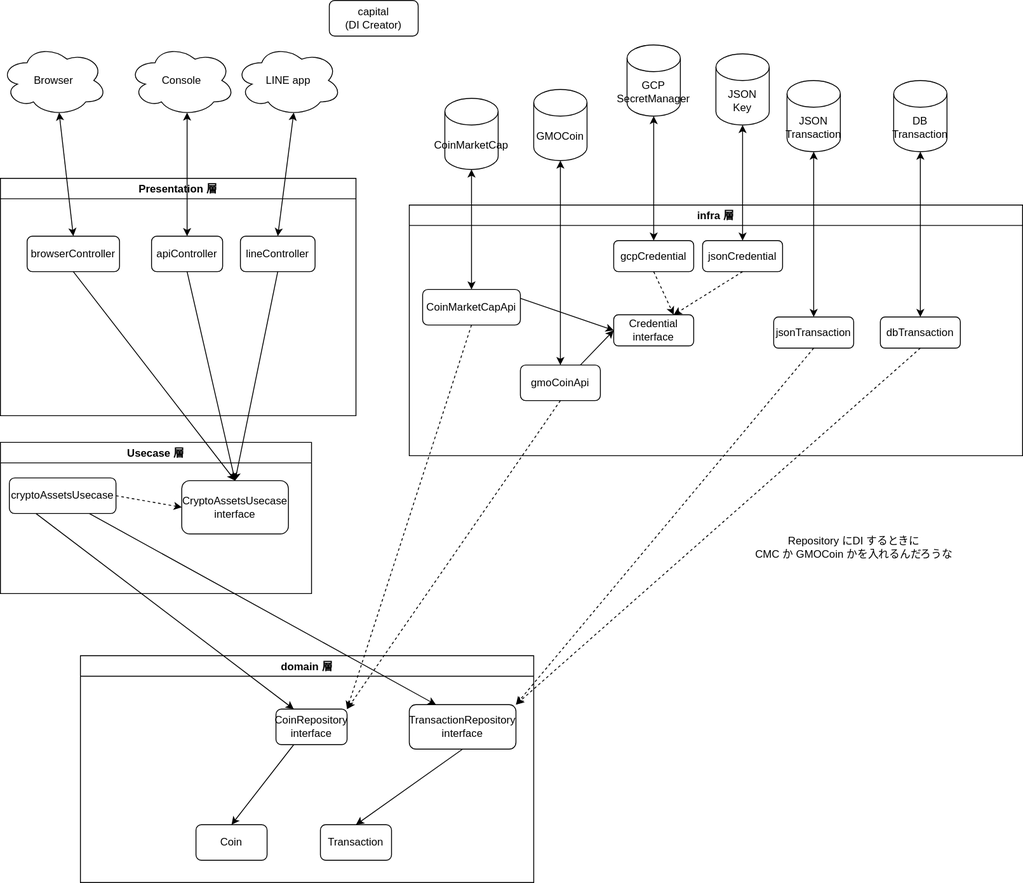
Before: docs/capital/crypto-assets.svg, a diagram exported from draw.io (ozaki-physics/raison-me). Source tidied: cells renumbered, new cells last; positions are measured from the earlier drawing's top-left corner, leaving out a move shared by most shapes.
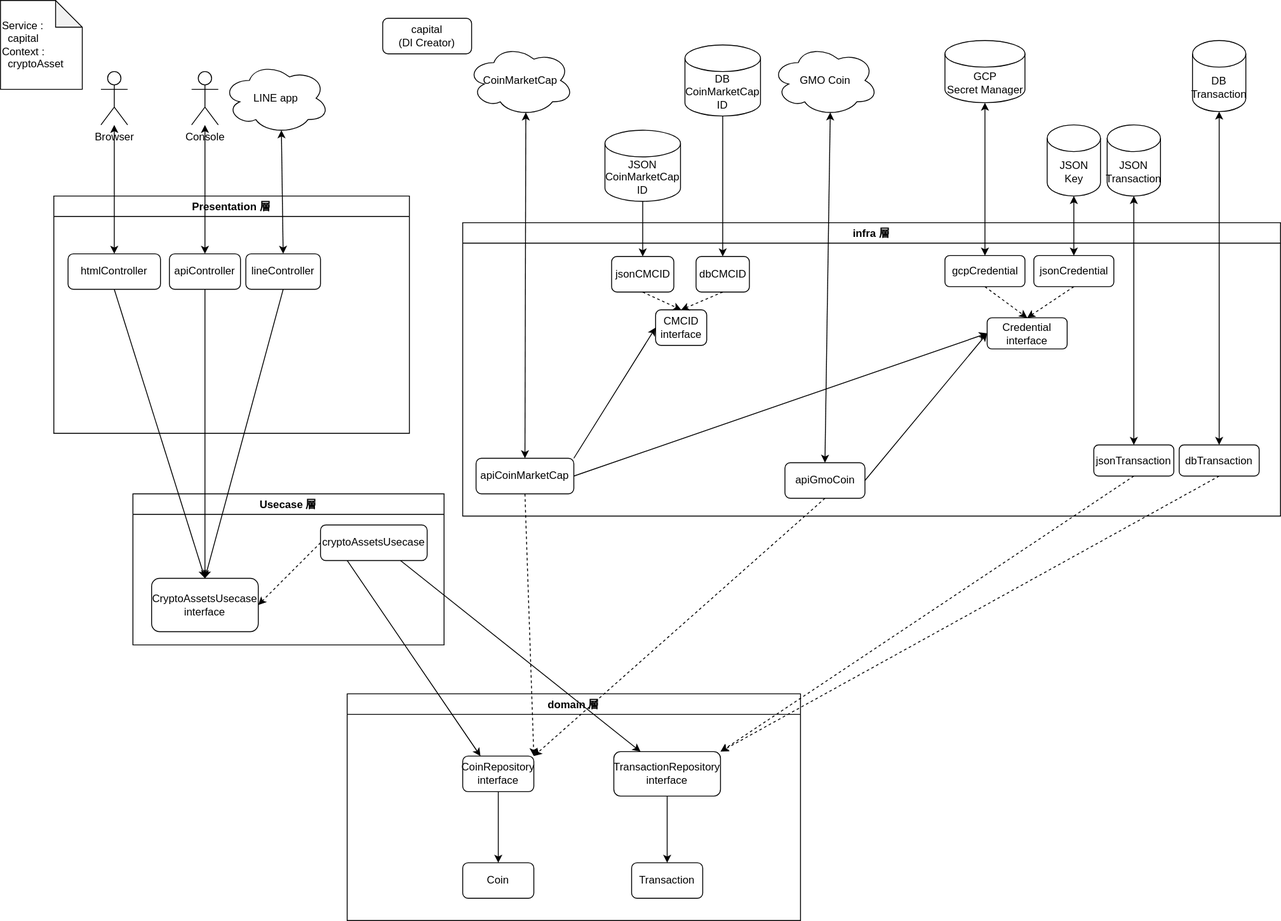
After the change.

Diff of the diagram source:
```diff
@@ -5,3 +5,3 @@
     <mxCell id="2" value="domain 層" style="swimlane;fillColor=none;" parent="1" vertex="1">
-      <mxGeometry x="90" y="737" width="510" height="255" as="geometry" />
+      <mxGeometry x="330" y="760" width="510" height="255" as="geometry" />
     </mxCell>
@@ -11,8 +11,8 @@
     <mxCell id="4" value="&lt;span&gt;Transaction&lt;/span&gt;" style="rounded=1;whiteSpace=wrap;html=1;fillColor=none;" parent="2" vertex="1">
-      <mxGeometry x="270" y="190" width="80" height="40" as="geometry" />
+      <mxGeometry x="320" y="190" width="80" height="40" as="geometry" />
     </mxCell>
     <mxCell id="5" value="&lt;span&gt;CoinRepository&lt;/span&gt;&lt;br&gt;interface" style="rounded=1;whiteSpace=wrap;html=1;fillColor=none;" parent="2" vertex="1">
-      <mxGeometry x="220" y="60" width="80" height="40" as="geometry" />
+      <mxGeometry x="130" y="70" width="80" height="40" as="geometry" />
     </mxCell>
-    <mxCell id="6" style="edgeStyle=none;html=1;entryX=0.5;entryY=0;entryDx=0;entryDy=0;exitX=0.25;exitY=1;exitDx=0;exitDy=0;" parent="2" edge="1" source="5" target="3">
+    <mxCell id="6" style="edgeStyle=none;html=1;entryX=0.5;entryY=0;entryDx=0;entryDy=0;exitX=0.5;exitY=1;exitDx=0;exitDy=0;" parent="2" edge="1" source="5" target="3">
       <mxGeometry relative="1" as="geometry" />
@@ -23,17 +23,17 @@
     <mxCell id="8" value="&lt;span&gt;TransactionRepository&lt;/span&gt;&lt;br&gt;interface" style="rounded=1;whiteSpace=wrap;html=1;fillColor=none;" parent="2" vertex="1">
-      <mxGeometry x="370" y="55" width="120" height="50" as="geometry" />
+      <mxGeometry x="300" y="65" width="120" height="50" as="geometry" />
     </mxCell>
     <mxCell id="9" value="infra 層" style="swimlane;fillColor=none;" parent="1" vertex="1">
-      <mxGeometry x="460" y="230" width="690" height="282" as="geometry" />
+      <mxGeometry x="460" y="230" width="920" height="330" as="geometry" />
     </mxCell>
     <mxCell id="10" value="&lt;span&gt;jsonTransaction&lt;br&gt;&lt;/span&gt;" style="rounded=1;whiteSpace=wrap;html=1;fillColor=none;" parent="9" vertex="1">
-      <mxGeometry x="410" y="126" width="90" height="35" as="geometry" />
+      <mxGeometry x="710" y="250" width="90" height="35" as="geometry" />
     </mxCell>
     <mxCell id="11" value="&lt;span&gt;dbTransaction&lt;br&gt;&lt;/span&gt;" style="rounded=1;whiteSpace=wrap;html=1;fillColor=none;" parent="9" vertex="1">
-      <mxGeometry x="530" y="126" width="90" height="35" as="geometry" />
+      <mxGeometry x="806" y="250" width="90" height="35" as="geometry" />
     </mxCell>
     <mxCell id="12" value="&lt;span&gt;Credential&lt;br&gt;&lt;/span&gt;interface&lt;span&gt;&lt;br&gt;&lt;/span&gt;" style="rounded=1;whiteSpace=wrap;html=1;fillColor=none;" parent="9" vertex="1">
-      <mxGeometry x="230" y="123.5" width="90" height="35" as="geometry" />
+      <mxGeometry x="590" y="107" width="90" height="35" as="geometry" />
     </mxCell>
-    <mxCell id="13" style="edgeStyle=none;html=1;exitX=0.5;exitY=1;exitDx=0;exitDy=0;entryX=0.75;entryY=0;entryDx=0;entryDy=0;dashed=1;" parent="9" edge="1" source="14" target="12">
+    <mxCell id="13" style="edgeStyle=none;html=1;exitX=0.5;exitY=1;exitDx=0;exitDy=0;entryX=0.5;entryY=0;entryDx=0;entryDy=0;dashed=1;" parent="9" edge="1" source="14" target="12">
       <mxGeometry relative="1" as="geometry" />
@@ -41,5 +41,5 @@
     <mxCell id="14" value="&lt;span&gt;jsonCredential&lt;br&gt;&lt;/span&gt;" style="rounded=1;whiteSpace=wrap;html=1;fillColor=none;" parent="9" vertex="1">
-      <mxGeometry x="330" y="40" width="90" height="35" as="geometry" />
+      <mxGeometry x="642.5" y="37" width="90" height="35" as="geometry" />
     </mxCell>
-    <mxCell id="15" style="edgeStyle=none;html=1;exitX=0.5;exitY=1;exitDx=0;exitDy=0;entryX=0.75;entryY=0;entryDx=0;entryDy=0;dashed=1;" parent="9" edge="1" source="16" target="12">
+    <mxCell id="15" style="edgeStyle=none;html=1;exitX=0.5;exitY=1;exitDx=0;exitDy=0;entryX=0.5;entryY=0;entryDx=0;entryDy=0;dashed=1;" parent="9" edge="1" source="16" target="12">
       <mxGeometry relative="1" as="geometry" />
@@ -47,16 +47,34 @@
     <mxCell id="16" value="&lt;span&gt;gcpCredential&lt;br&gt;&lt;/span&gt;" style="rounded=1;whiteSpace=wrap;html=1;fillColor=none;" parent="9" vertex="1">
-      <mxGeometry x="230" y="40" width="90" height="35" as="geometry" />
+      <mxGeometry x="542.5" y="37" width="90" height="35" as="geometry" />
     </mxCell>
-    <mxCell id="17" style="edgeStyle=none;html=1;exitX=1;exitY=0.25;exitDx=0;exitDy=0;entryX=0;entryY=0.5;entryDx=0;entryDy=0;" parent="9" edge="1" source="18" target="12">
+    <mxCell id="17" style="edgeStyle=none;html=1;exitX=1;exitY=0.5;exitDx=0;exitDy=0;entryX=0;entryY=0.5;entryDx=0;entryDy=0;" parent="9" edge="1" source="18" target="12">
       <mxGeometry relative="1" as="geometry" />
     </mxCell>
+    <mxCell id="58" style="edgeStyle=none;html=1;exitX=1;exitY=0;exitDx=0;exitDy=0;entryX=0;entryY=0.5;entryDx=0;entryDy=0;startArrow=none;startFill=0;" parent="9" edge="1" source="18" target="59">
+      <mxGeometry relative="1" as="geometry" />
+    </mxCell>
-    <mxCell id="18" value="&lt;span&gt;CoinMarketCapApi&lt;/span&gt;" style="rounded=1;whiteSpace=wrap;html=1;fillColor=none;" parent="9" vertex="1">
-      <mxGeometry x="15" y="95" width="110" height="40" as="geometry" />
+    <mxCell id="18" value="api&lt;span&gt;CoinMarketCap&lt;/span&gt;" style="rounded=1;whiteSpace=wrap;html=1;fillColor=none;" parent="9" vertex="1">
+      <mxGeometry x="15" y="265" width="110" height="40" as="geometry" />
     </mxCell>
-    <mxCell id="19" style="edgeStyle=none;html=1;exitX=0.75;exitY=0;exitDx=0;exitDy=0;entryX=0;entryY=0.5;entryDx=0;entryDy=0;" parent="9" edge="1" source="20" target="12">
+    <mxCell id="19" style="edgeStyle=none;html=1;exitX=1;exitY=0.5;exitDx=0;exitDy=0;entryX=0;entryY=0.5;entryDx=0;entryDy=0;" parent="9" edge="1" source="20" target="12">
       <mxGeometry relative="1" as="geometry" />
     </mxCell>
-    <mxCell id="20" value="gmoCoinApi" style="rounded=1;whiteSpace=wrap;html=1;fillColor=none;" parent="9" vertex="1">
-      <mxGeometry x="125" y="180" width="90" height="40" as="geometry" />
+    <mxCell id="20" value="apiGmoCoin" style="rounded=1;whiteSpace=wrap;html=1;fillColor=none;" parent="9" vertex="1">
+      <mxGeometry x="362.5" y="270" width="90" height="40" as="geometry" />
     </mxCell>
+    <mxCell id="59" value="&lt;span&gt;CMCID&lt;br&gt;interface&lt;br&gt;&lt;/span&gt;" style="rounded=1;whiteSpace=wrap;html=1;fillColor=none;" parent="9" vertex="1">
+      <mxGeometry x="217" y="98" width="57.5" height="40" as="geometry" />
+    </mxCell>
+    <mxCell id="60" value="&lt;span&gt;dbCMCID&lt;/span&gt;" style="rounded=1;whiteSpace=wrap;html=1;fillColor=none;" parent="9" vertex="1">
+      <mxGeometry x="262.5" y="38" width="60" height="40" as="geometry" />
+    </mxCell>
+    <mxCell id="61" style="edgeStyle=none;html=1;exitX=0.5;exitY=1;exitDx=0;exitDy=0;entryX=0.5;entryY=0;entryDx=0;entryDy=0;startArrow=none;startFill=0;dashed=1;" parent="9" edge="1" source="62" target="59">
+      <mxGeometry relative="1" as="geometry" />
+    </mxCell>
+    <mxCell id="62" value="&lt;span&gt;jsonCMCID&lt;/span&gt;" style="rounded=1;whiteSpace=wrap;html=1;fillColor=none;" parent="9" vertex="1">
+      <mxGeometry x="167.5" y="38" width="70" height="40" as="geometry" />
+    </mxCell>
+    <mxCell id="63" style="edgeStyle=none;html=1;exitX=0.5;exitY=1;exitDx=0;exitDy=0;dashed=1;startArrow=none;startFill=0;entryX=0.5;entryY=0;entryDx=0;entryDy=0;" parent="9" edge="1" source="60" target="59">
+      <mxGeometry relative="1" as="geometry" />
+    </mxCell>
     <mxCell id="21" value="Presentation 層" style="swimlane;fillColor=none;" parent="1" vertex="1">
@@ -65,9 +83,9 @@
     <mxCell id="22" value="&lt;span&gt;apiController&lt;/span&gt;" style="rounded=1;whiteSpace=wrap;html=1;fillColor=none;" parent="21" vertex="1">
-      <mxGeometry x="170" y="65" width="80" height="40" as="geometry" />
+      <mxGeometry x="130" y="65" width="80" height="40" as="geometry" />
     </mxCell>
     <mxCell id="23" value="&lt;span&gt;lineController&lt;/span&gt;" style="rounded=1;whiteSpace=wrap;html=1;fillColor=none;" parent="21" vertex="1">
-      <mxGeometry x="270" y="65" width="84" height="40" as="geometry" />
+      <mxGeometry x="216" y="65" width="84" height="40" as="geometry" />
     </mxCell>
-    <mxCell id="24" value="&lt;span&gt;browserController&lt;/span&gt;" style="rounded=1;whiteSpace=wrap;html=1;fillColor=none;" parent="21" vertex="1">
-      <mxGeometry x="30" y="65" width="104" height="40" as="geometry" />
+    <mxCell id="24" value="&lt;span&gt;htmlController&lt;/span&gt;" style="rounded=1;whiteSpace=wrap;html=1;fillColor=none;" parent="21" vertex="1">
+      <mxGeometry x="16" y="65" width="104" height="40" as="geometry" />
     </mxCell>
@@ -83,28 +101,22 @@
     <mxCell id="28" value="JSON&lt;br&gt;Key" style="shape=cylinder3;whiteSpace=wrap;html=1;boundedLbl=1;backgroundOutline=1;size=15;fillColor=none;" parent="1" vertex="1">
-      <mxGeometry x="805" y="60" width="60" height="80" as="geometry" />
+      <mxGeometry x="1117.5" y="120" width="60" height="80" as="geometry" />
     </mxCell>
-    <mxCell id="29" style="edgeStyle=none;html=1;exitX=0.5;exitY=1;exitDx=0;exitDy=0;exitPerimeter=0;entryX=0.5;entryY=0;entryDx=0;entryDy=0;startArrow=classic;startFill=1;" parent="1" edge="1" source="30" target="16">
+    <mxCell id="29" style="edgeStyle=none;html=1;exitX=0.5;exitY=1;exitDx=0;exitDy=0;exitPerimeter=0;entryX=0.5;entryY=0;entryDx=0;entryDy=0;startArrow=classic;startFill=1;" parent="1" edge="1" source="65" target="16">
       <mxGeometry relative="1" as="geometry" />
     </mxCell>
-    <mxCell id="30" value="GCP&lt;br&gt;SecretManager" style="shape=cylinder3;whiteSpace=wrap;html=1;boundedLbl=1;backgroundOutline=1;size=15;fillColor=none;" parent="1" vertex="1">
-      <mxGeometry x="705" y="50" width="60" height="80" as="geometry" />
-    </mxCell>
-    <mxCell id="31" style="edgeStyle=none;html=1;exitX=0.5;exitY=1;exitDx=0;exitDy=0;exitPerimeter=0;entryX=0.5;entryY=0;entryDx=0;entryDy=0;startArrow=classic;startFill=1;" parent="1" edge="1" source="32" target="18">
+    <mxCell id="31" style="edgeStyle=none;html=1;exitX=0.55;exitY=0.95;exitDx=0;exitDy=0;exitPerimeter=0;entryX=0.5;entryY=0;entryDx=0;entryDy=0;startArrow=classic;startFill=1;" parent="1" edge="1" source="32" target="18">
       <mxGeometry relative="1" as="geometry" />
     </mxCell>
-    <mxCell id="32" value="CoinMarketCap" style="shape=cylinder3;whiteSpace=wrap;html=1;boundedLbl=1;backgroundOutline=1;size=15;fillColor=none;" parent="1" vertex="1">
-      <mxGeometry x="500" y="110" width="60" height="80" as="geometry" />
-    </mxCell>
     <mxCell id="33" value="Usecase 層" style="swimlane;fillColor=none;" parent="1" vertex="1">
-      <mxGeometry y="497" width="350" height="170" as="geometry" />
+      <mxGeometry x="89" y="535" width="350" height="170" as="geometry" />
     </mxCell>
+    <mxCell id="36" value="&lt;span&gt;CryptoAssetsUsecase&lt;/span&gt;&lt;br&gt;&lt;span&gt;interface&lt;br&gt;&lt;/span&gt;" style="rounded=1;whiteSpace=wrap;html=1;fillColor=none;" parent="33" vertex="1">
+      <mxGeometry x="21" y="95" width="120" height="60" as="geometry" />
+    </mxCell>
+    <mxCell id="35" value="&lt;span&gt;cryptoAssetsUsecase&lt;/span&gt;" style="rounded=1;whiteSpace=wrap;html=1;fillColor=none;" parent="33" vertex="1">
+      <mxGeometry x="211" y="35" width="120" height="40" as="geometry" />
+    </mxCell>
-    <mxCell id="34" style="edgeStyle=none;html=1;exitX=1;exitY=0.5;exitDx=0;exitDy=0;entryX=0;entryY=0.5;entryDx=0;entryDy=0;endArrow=classic;endFill=1;dashed=1;" parent="33" edge="1" source="35" target="36">
+    <mxCell id="34" style="edgeStyle=none;html=1;exitX=0;exitY=0.5;exitDx=0;exitDy=0;entryX=1;entryY=0.5;entryDx=0;entryDy=0;endArrow=classic;endFill=1;dashed=1;" parent="33" edge="1" source="35" target="36">
       <mxGeometry relative="1" as="geometry" />
     </mxCell>
-    <mxCell id="35" value="&lt;span&gt;cryptoAssetsUsecase&lt;/span&gt;" style="rounded=1;whiteSpace=wrap;html=1;fillColor=none;" parent="33" vertex="1">
-      <mxGeometry x="10" y="40" width="120" height="40" as="geometry" />
-    </mxCell>
-    <mxCell id="36" value="&lt;span&gt;CryptoAssetsUsecase&lt;/span&gt;&lt;br&gt;&lt;span&gt;interface&lt;br&gt;&lt;/span&gt;" style="rounded=1;whiteSpace=wrap;html=1;fillColor=none;" parent="33" vertex="1">
-      <mxGeometry x="204" y="43" width="120" height="60" as="geometry" />
-    </mxCell>
     <mxCell id="37" style="edgeStyle=none;html=1;exitX=0.75;exitY=1;exitDx=0;exitDy=0;entryX=0.25;entryY=0;entryDx=0;entryDy=0;" parent="1" edge="1" source="35" target="8">
@@ -119,3 +131,3 @@
     <mxCell id="40" value="JSON&lt;br&gt;Transaction" style="shape=cylinder3;whiteSpace=wrap;html=1;boundedLbl=1;backgroundOutline=1;size=15;fillColor=none;" parent="1" vertex="1">
-      <mxGeometry x="885" y="90" width="60" height="80" as="geometry" />
+      <mxGeometry x="1185" y="120" width="60" height="80" as="geometry" />
     </mxCell>
@@ -128,13 +140,7 @@
     <mxCell id="43" value="DB&lt;br&gt;Transaction" style="shape=cylinder3;whiteSpace=wrap;html=1;boundedLbl=1;backgroundOutline=1;size=15;fillColor=none;" parent="1" vertex="1">
-      <mxGeometry x="1005" y="90" width="60" height="80" as="geometry" />
+      <mxGeometry x="1281" y="25" width="60" height="80" as="geometry" />
     </mxCell>
-    <mxCell id="44" style="edgeStyle=none;html=1;exitX=0.5;exitY=1;exitDx=0;exitDy=0;exitPerimeter=0;entryX=0.5;entryY=0;entryDx=0;entryDy=0;startArrow=classic;startFill=1;" parent="1" edge="1" source="45" target="20">
+    <mxCell id="44" style="edgeStyle=none;html=1;exitX=0.55;exitY=0.95;exitDx=0;exitDy=0;exitPerimeter=0;entryX=0.5;entryY=0;entryDx=0;entryDy=0;startArrow=classic;startFill=1;" parent="1" edge="1" source="64" target="20">
       <mxGeometry relative="1" as="geometry" />
     </mxCell>
-    <mxCell id="45" value="GMOCoin" style="shape=cylinder3;whiteSpace=wrap;html=1;boundedLbl=1;backgroundOutline=1;size=15;fillColor=none;" parent="1" vertex="1">
-      <mxGeometry x="600" y="100" width="60" height="80" as="geometry" />
-    </mxCell>
-    <mxCell id="46" value="Repository にDI するときに&lt;br&gt;CMC か GMOCoin かを入れるんだろうな" style="text;html=1;align=center;verticalAlign=middle;strokeColor=none;fillColor=none;" parent="1" vertex="1">
-      <mxGeometry x="840" y="600" width="240" height="30" as="geometry" />
-    </mxCell>
     <mxCell id="47" style="edgeStyle=none;html=1;exitX=0.5;exitY=1;exitDx=0;exitDy=0;dashed=1;entryX=1;entryY=0;entryDx=0;entryDy=0;" parent="1" edge="1" source="11" target="8">
@@ -148,14 +154,8 @@
     </mxCell>
-    <mxCell id="50" style="edgeStyle=none;html=1;exitX=0.55;exitY=0.95;exitDx=0;exitDy=0;exitPerimeter=0;entryX=0.5;entryY=0;entryDx=0;entryDy=0;startArrow=classic;startFill=1;" parent="1" edge="1" source="51" target="24">
+    <mxCell id="50" style="edgeStyle=none;html=1;entryX=0.5;entryY=0;entryDx=0;entryDy=0;startArrow=classic;startFill=1;" parent="1" edge="1" source="51" target="24">
       <mxGeometry relative="1" as="geometry" />
     </mxCell>
-    <mxCell id="51" value="Browser" style="ellipse;shape=cloud;whiteSpace=wrap;html=1;fillColor=none;" parent="1" vertex="1">
-      <mxGeometry y="50" width="120" height="80" as="geometry" />
-    </mxCell>
-    <mxCell id="52" style="edgeStyle=none;html=1;exitX=0.55;exitY=0.95;exitDx=0;exitDy=0;exitPerimeter=0;entryX=0.5;entryY=0;entryDx=0;entryDy=0;startArrow=classic;startFill=1;" parent="1" edge="1" source="53" target="22">
+    <mxCell id="52" style="edgeStyle=none;html=1;entryX=0.5;entryY=0;entryDx=0;entryDy=0;startArrow=classic;startFill=1;" parent="1" edge="1" source="53" target="22">
       <mxGeometry relative="1" as="geometry" />
     </mxCell>
-    <mxCell id="53" value="Console" style="ellipse;shape=cloud;whiteSpace=wrap;html=1;fillColor=none;" parent="1" vertex="1">
-      <mxGeometry x="144" y="50" width="120" height="80" as="geometry" />
-    </mxCell>
     <mxCell id="54" style="edgeStyle=none;html=1;exitX=0.55;exitY=0.95;exitDx=0;exitDy=0;exitPerimeter=0;entryX=0.5;entryY=0;entryDx=0;entryDy=0;startArrow=classic;startFill=1;" parent="1" edge="1" source="55" target="23">
@@ -164,3 +164,3 @@
     <mxCell id="55" value="LINE app" style="ellipse;shape=cloud;whiteSpace=wrap;html=1;fillColor=none;" parent="1" vertex="1">
-      <mxGeometry x="264" y="50" width="120" height="80" as="geometry" />
+      <mxGeometry x="190" y="50" width="120" height="80" as="geometry" />
     </mxCell>
@@ -172,2 +172,32 @@
     </mxCell>
+    <mxCell id="32" value="CoinMarketCap" style="ellipse;shape=cloud;whiteSpace=wrap;html=1;fillColor=none;" parent="1" vertex="1">
+      <mxGeometry x="465" y="30" width="120" height="80" as="geometry" />
+    </mxCell>
+    <mxCell id="64" value="GMO Coin" style="ellipse;shape=cloud;whiteSpace=wrap;html=1;fillColor=none;" parent="1" vertex="1">
+      <mxGeometry x="807.5" y="30" width="120" height="80" as="geometry" />
+    </mxCell>
+    <mxCell id="53" value="Console" style="shape=umlActor;verticalLabelPosition=bottom;verticalAlign=top;html=1;outlineConnect=0;fillColor=none;" parent="1" vertex="1">
+      <mxGeometry x="155" y="60" width="30" height="60" as="geometry" />
+    </mxCell>
+    <mxCell id="51" value="Browser" style="shape=umlActor;verticalLabelPosition=bottom;verticalAlign=top;html=1;outlineConnect=0;fillColor=none;" parent="1" vertex="1">
+      <mxGeometry x="53" y="60" width="30" height="60" as="geometry" />
+    </mxCell>
+    <mxCell id="65" value="GCP&lt;br&gt;Secret Manager" style="shape=cylinder3;whiteSpace=wrap;html=1;boundedLbl=1;backgroundOutline=1;size=15;fillColor=none;" parent="1" vertex="1">
+      <mxGeometry x="1002.5" y="25" width="90" height="70" as="geometry" />
+    </mxCell>
+    <mxCell id="66" style="edgeStyle=none;html=1;exitX=0.5;exitY=1;exitDx=0;exitDy=0;exitPerimeter=0;entryX=0.5;entryY=0;entryDx=0;entryDy=0;startArrow=none;startFill=0;" parent="1" edge="1" source="67" target="62">
+      <mxGeometry relative="1" as="geometry" />
+    </mxCell>
+    <mxCell id="67" value="JSON&lt;br&gt;CoinMarketCap&lt;br&gt;ID" style="shape=cylinder3;whiteSpace=wrap;html=1;boundedLbl=1;backgroundOutline=1;size=15;fillColor=none;" parent="1" vertex="1">
+      <mxGeometry x="620" y="126" width="85" height="80" as="geometry" />
+    </mxCell>
+    <mxCell id="68" style="edgeStyle=none;html=1;exitX=0.5;exitY=1;exitDx=0;exitDy=0;exitPerimeter=0;entryX=0.5;entryY=0;entryDx=0;entryDy=0;startArrow=none;startFill=0;" parent="1" edge="1" source="69" target="60">
+      <mxGeometry relative="1" as="geometry" />
+    </mxCell>
+    <mxCell id="69" value="DB&lt;br&gt;CoinMarketCap&lt;br&gt;ID" style="shape=cylinder3;whiteSpace=wrap;html=1;boundedLbl=1;backgroundOutline=1;size=15;fillColor=none;" parent="1" vertex="1">
+      <mxGeometry x="710" y="30" width="85" height="80" as="geometry" />
+    </mxCell>
+    <mxCell id="70" value="Service :&lt;br&gt;&amp;nbsp; capital&lt;br&gt;Context :&lt;br&gt;&amp;nbsp; cryptoAsset" style="shape=note;whiteSpace=wrap;html=1;backgroundOutline=1;darkOpacity=0.05;fillColor=none;align=left;" parent="1" vertex="1">
+      <mxGeometry x="-60" y="-20" width="92" height="100" as="geometry" />
+    </mxCell>
   </root>
```
